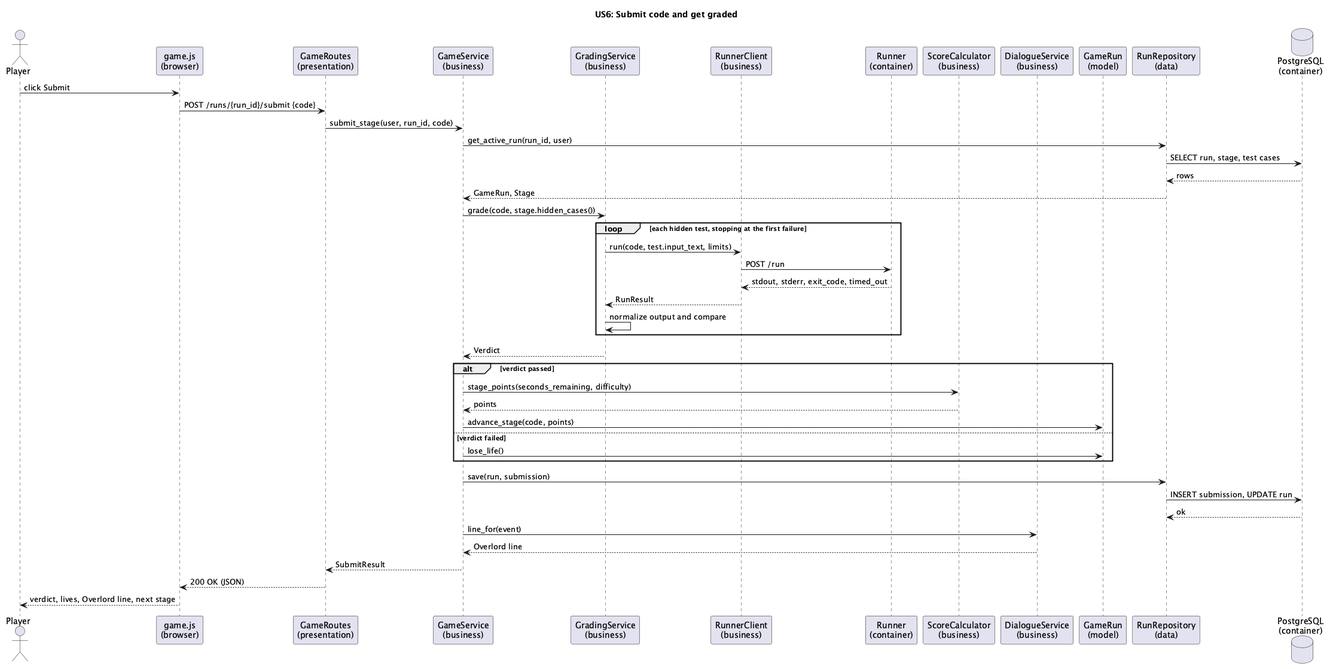
This is uml/sequence-US6.png from msu-denver/rokos-tasks, a PlantUML export, as it was before one commit.
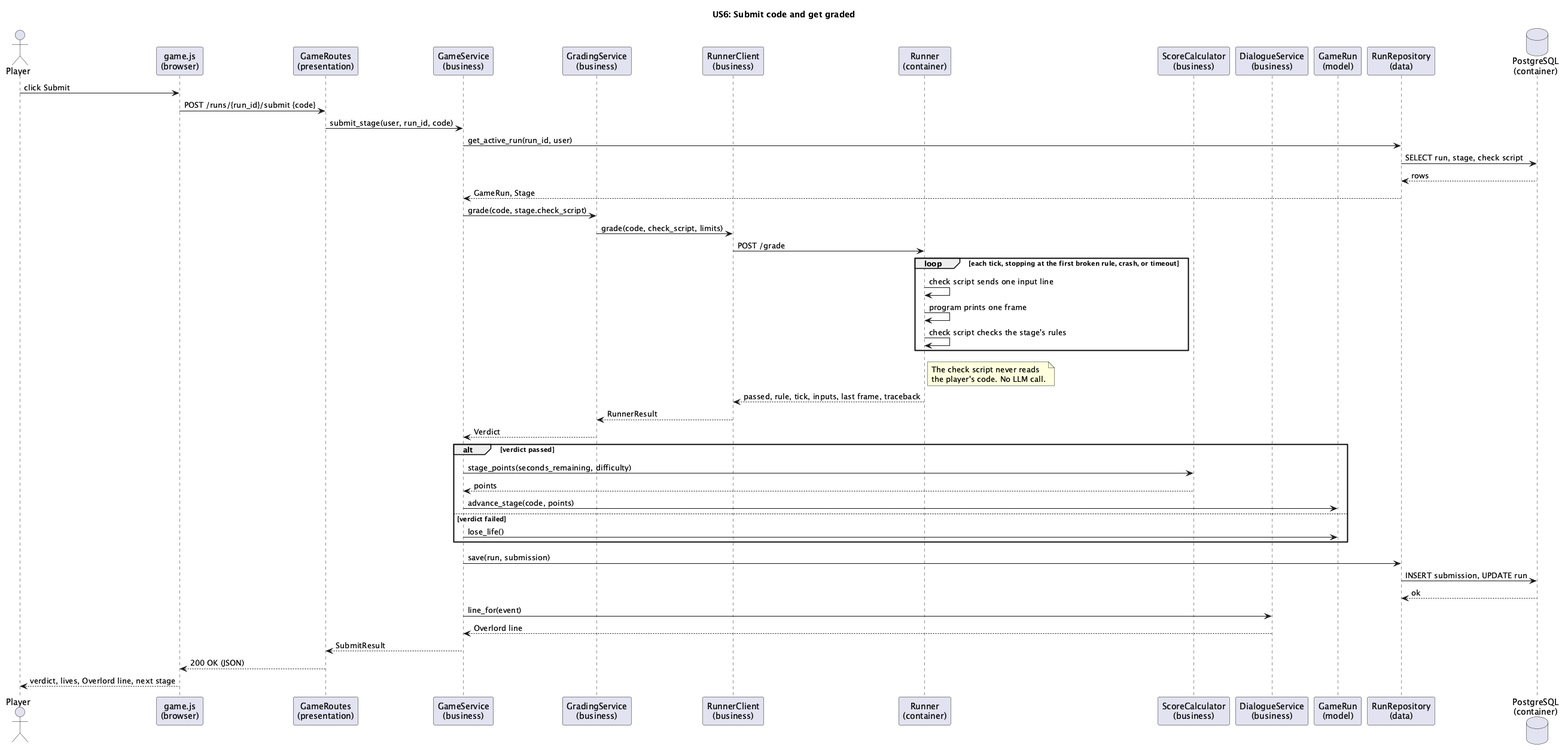
Above is the later version.

The edit, as a diff of the source:
```diff
@@ -20,18 +20,21 @@
 Routes -> Game : submit_stage(user, run_id, code)
 
 Game -> Repo : get_active_run(run_id, user)
-Repo -> DB : SELECT run, stage, test cases
+Repo -> DB : SELECT run, stage, check script
 DB --> Repo : rows
 Repo --> Game : GameRun, Stage
 
-Game -> Grading : grade(code, stage.hidden_cases())
-loop each hidden test, stopping at the first failure
-    Grading -> RunnerClient : run(code, test.input_text, limits)
-    RunnerClient -> Runner : POST /run
-    Runner --> RunnerClient : stdout, stderr, exit_code, timed_out
-    RunnerClient --> Grading : RunResult
-    Grading -> Grading : normalize output and compare
+Game -> Grading : grade(code, stage.check_script)
+Grading -> RunnerClient : grade(code, check_script, limits)
+RunnerClient -> Runner : POST /grade
+loop each tick, stopping at the first broken rule, crash, or timeout
+    Runner -> Runner : check script sends one input line
+    Runner -> Runner : program prints one frame
+    Runner -> Runner : check script checks the stage's rules
 end
+note right of Runner : The check script never reads\nthe player's code. No LLM call.
+Runner --> RunnerClient : passed, rule, tick, inputs, last frame, traceback
+RunnerClient --> Grading : RunnerResult
 Grading --> Game : Verdict
 
 alt verdict passed
```
